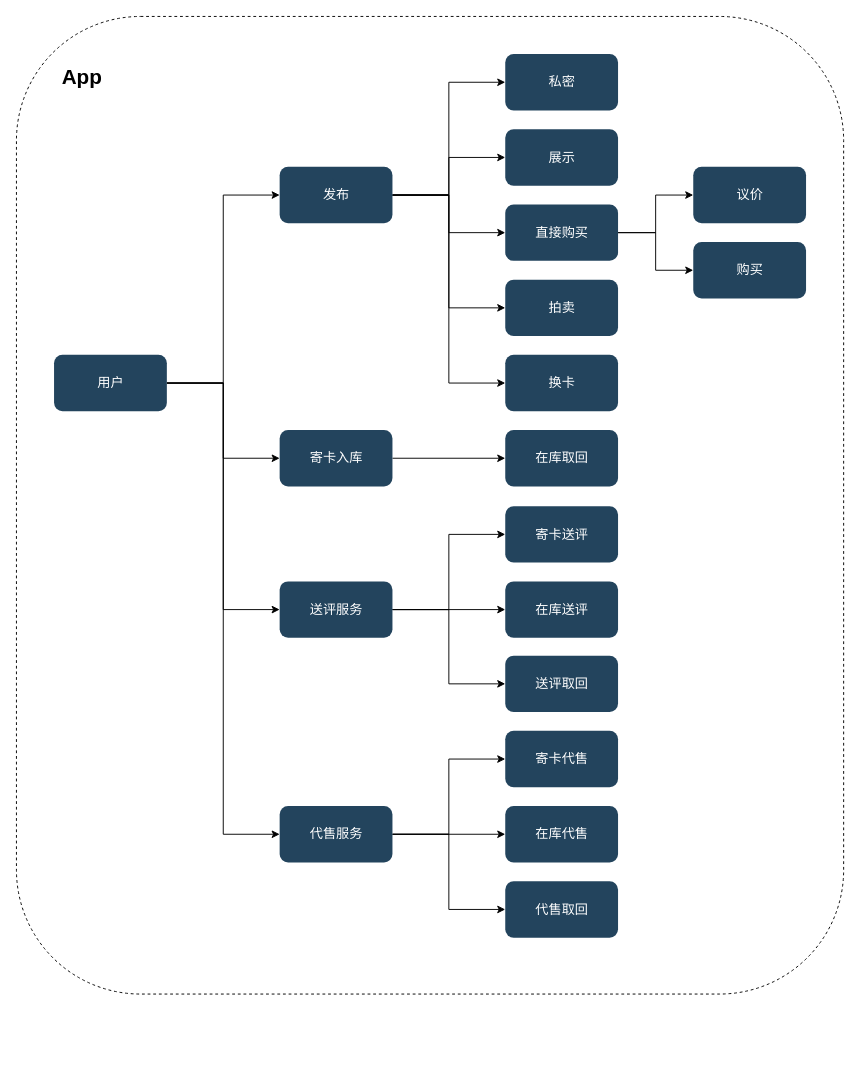
xiaoming728/draw keeps this draw.io diagram as Card+.drawio. Above is the earlier version. Source tidied: cells renumbered, new cells numbered last; positions are measured from the earlier drawing's top-left corner, leaving out a move shared by most shapes. Both pictures are drawn from the tidied source at 94%, with x=0, y=0 at pixel (16, 16).
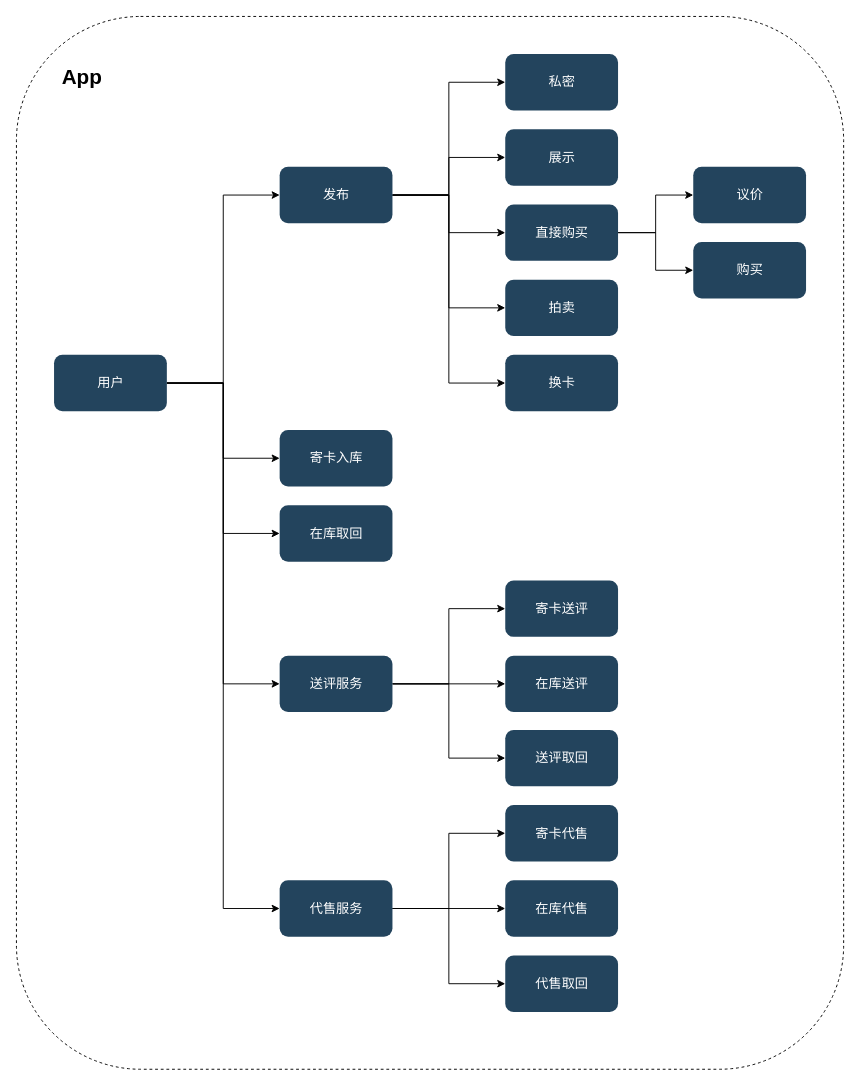
Above is the later version.

Unchanged cells that the change refers to:
```xml
<mxCell id="8" value="&lt;font color=&quot;#ffffff&quot; style=&quot;font-size: 14px;&quot;&gt;用户&lt;/font&gt;" style="rounded=1;fillColor=#23445D;strokeColor=none;strokeWidth=2;fontFamily=Helvetica;html=1;gradientColor=none;" parent="1" vertex="1">
  <mxGeometry x="40" y="360" width="120" height="60" as="geometry" />
</mxCell>
<mxCell id="17" value="&lt;font color=&quot;#ffffff&quot;&gt;&lt;span style=&quot;font-size: 14px;&quot;&gt;寄卡入库&lt;/span&gt;&lt;/font&gt;" style="rounded=1;fillColor=#23445D;strokeColor=none;strokeWidth=2;fontFamily=Helvetica;html=1;gradientColor=none;" parent="1" vertex="1">
  <mxGeometry x="280" y="440" width="120" height="60" as="geometry" />
</mxCell>
```

Diff of the diagram source:
```diff
@@
     <mxCell id="2" style="rounded=1;whiteSpace=wrap;html=1;dashed=1;fillColor=none;" parent="1" vertex="1">
-      <mxGeometry width="880" height="1040" as="geometry" />
+      <mxGeometry width="880" height="1120" as="geometry" />
     </mxCell>
@@
+    <mxCell id="42" style="edgeStyle=orthogonalEdgeStyle;rounded=0;jettySize=auto;html=1;exitX=1;exitY=0.5;exitDx=0;exitDy=0;entryX=0;entryY=0.5;entryDx=0;entryDy=0;" parent="1" edge="1" source="8" target="32">
+      <mxGeometry relative="1" as="geometry" />
+    </mxCell>
@@
     <mxCell id="9" value="&lt;font color=&quot;#ffffff&quot; style=&quot;font-size: 14px;&quot;&gt;寄卡代售&lt;/font&gt;" style="rounded=1;fillColor=#23445D;strokeColor=none;strokeWidth=2;fontFamily=Helvetica;html=1;gradientColor=none;" parent="1" vertex="1">
-      <mxGeometry x="520" y="760" width="120" height="60" as="geometry" />
+      <mxGeometry x="520" y="839" width="120" height="60" as="geometry" />
     </mxCell>
@@
-    <mxCell id="16" style="edgeStyle=orthogonalEdgeStyle;rounded=0;jettySize=auto;html=1;exitX=1;exitY=0.5;exitDx=0;exitDy=0;entryX=0;entryY=0.5;entryDx=0;entryDy=0;" parent="1" edge="1" source="17" target="32">
-      <mxGeometry relative="1" as="geometry" />
-    </mxCell>
@@
     <mxCell id="21" value="&lt;font color=&quot;#ffffff&quot; style=&quot;font-size: 14px;&quot;&gt;送评服务&lt;/font&gt;" style="rounded=1;fillColor=#23445D;strokeColor=none;strokeWidth=2;fontFamily=Helvetica;html=1;gradientColor=none;" parent="1" vertex="1">
-      <mxGeometry x="280" y="601" width="120" height="60" as="geometry" />
+      <mxGeometry x="280" y="680" width="120" height="60" as="geometry" />
     </mxCell>
@@
     <mxCell id="25" value="&lt;font color=&quot;#ffffff&quot; style=&quot;font-size: 14px;&quot;&gt;代售服务&lt;/font&gt;" style="rounded=1;fillColor=#23445D;strokeColor=none;strokeWidth=2;fontFamily=Helvetica;html=1;gradientColor=none;" parent="1" vertex="1">
-      <mxGeometry x="280" y="840" width="120" height="60" as="geometry" />
+      <mxGeometry x="280" y="919" width="120" height="60" as="geometry" />
     </mxCell>
     <mxCell id="26" value="&lt;font color=&quot;#ffffff&quot;&gt;&lt;span style=&quot;font-size: 14px;&quot;&gt;寄卡送评&lt;/span&gt;&lt;/font&gt;" style="rounded=1;fillColor=#23445D;strokeColor=none;strokeWidth=2;fontFamily=Helvetica;html=1;gradientColor=none;" parent="1" vertex="1">
-      <mxGeometry x="520" y="521" width="120" height="60" as="geometry" />
+      <mxGeometry x="520" y="600" width="120" height="60" as="geometry" />
     </mxCell>
@@
     <mxCell id="31" value="&lt;font color=&quot;#ffffff&quot;&gt;&lt;span style=&quot;font-size: 14px;&quot;&gt;在库送评&lt;/span&gt;&lt;/font&gt;" style="rounded=1;fillColor=#23445D;strokeColor=none;strokeWidth=2;fontFamily=Helvetica;html=1;gradientColor=none;" parent="1" vertex="1">
-      <mxGeometry x="520" y="601" width="120" height="60" as="geometry" />
+      <mxGeometry x="520" y="680" width="120" height="60" as="geometry" />
     </mxCell>
-    <mxCell id="32" value="&lt;font color=&quot;#ffffff&quot;&gt;&lt;span style=&quot;font-size: 14px;&quot;&gt;在库取回&lt;/span&gt;&lt;/font&gt;" style="rounded=1;fillColor=#23445D;strokeColor=none;strokeWidth=2;fontFamily=Helvetica;html=1;gradientColor=none;" parent="1" vertex="1">
-      <mxGeometry x="520" y="440" width="120" height="60" as="geometry" />
-    </mxCell>
     <mxCell id="33" value="&lt;font color=&quot;#ffffff&quot;&gt;&lt;span style=&quot;font-size: 14px;&quot;&gt;送评取回&lt;/span&gt;&lt;/font&gt;" style="rounded=1;fillColor=#23445D;strokeColor=none;strokeWidth=2;fontFamily=Helvetica;html=1;gradientColor=none;" parent="1" vertex="1">
-      <mxGeometry x="520" y="680" width="120" height="60" as="geometry" />
+      <mxGeometry x="520" y="759" width="120" height="60" as="geometry" />
     </mxCell>
@@
     <mxCell id="39" value="&lt;font color=&quot;#ffffff&quot; style=&quot;font-size: 14px;&quot;&gt;在库代售&lt;/font&gt;" style="rounded=1;fillColor=#23445D;strokeColor=none;strokeWidth=2;fontFamily=Helvetica;html=1;gradientColor=none;" parent="1" vertex="1">
-      <mxGeometry x="520" y="840" width="120" height="60" as="geometry" />
+      <mxGeometry x="520" y="919" width="120" height="60" as="geometry" />
     </mxCell>
     <mxCell id="40" value="&lt;font color=&quot;#ffffff&quot; style=&quot;font-size: 14px;&quot;&gt;代售取回&lt;/font&gt;" style="rounded=1;fillColor=#23445D;strokeColor=none;strokeWidth=2;fontFamily=Helvetica;html=1;gradientColor=none;" parent="1" vertex="1">
-      <mxGeometry x="520" y="920" width="120" height="60" as="geometry" />
+      <mxGeometry x="520" y="999" width="120" height="60" as="geometry" />
     </mxCell>
@@
+    <mxCell id="32" value="&lt;font color=&quot;#ffffff&quot;&gt;&lt;span style=&quot;font-size: 14px;&quot;&gt;在库取回&lt;/span&gt;&lt;/font&gt;" style="rounded=1;fillColor=#23445D;strokeColor=none;strokeWidth=2;fontFamily=Helvetica;html=1;gradientColor=none;" parent="1" vertex="1">
+      <mxGeometry x="280" y="520" width="120" height="60" as="geometry" />
+    </mxCell>
```
